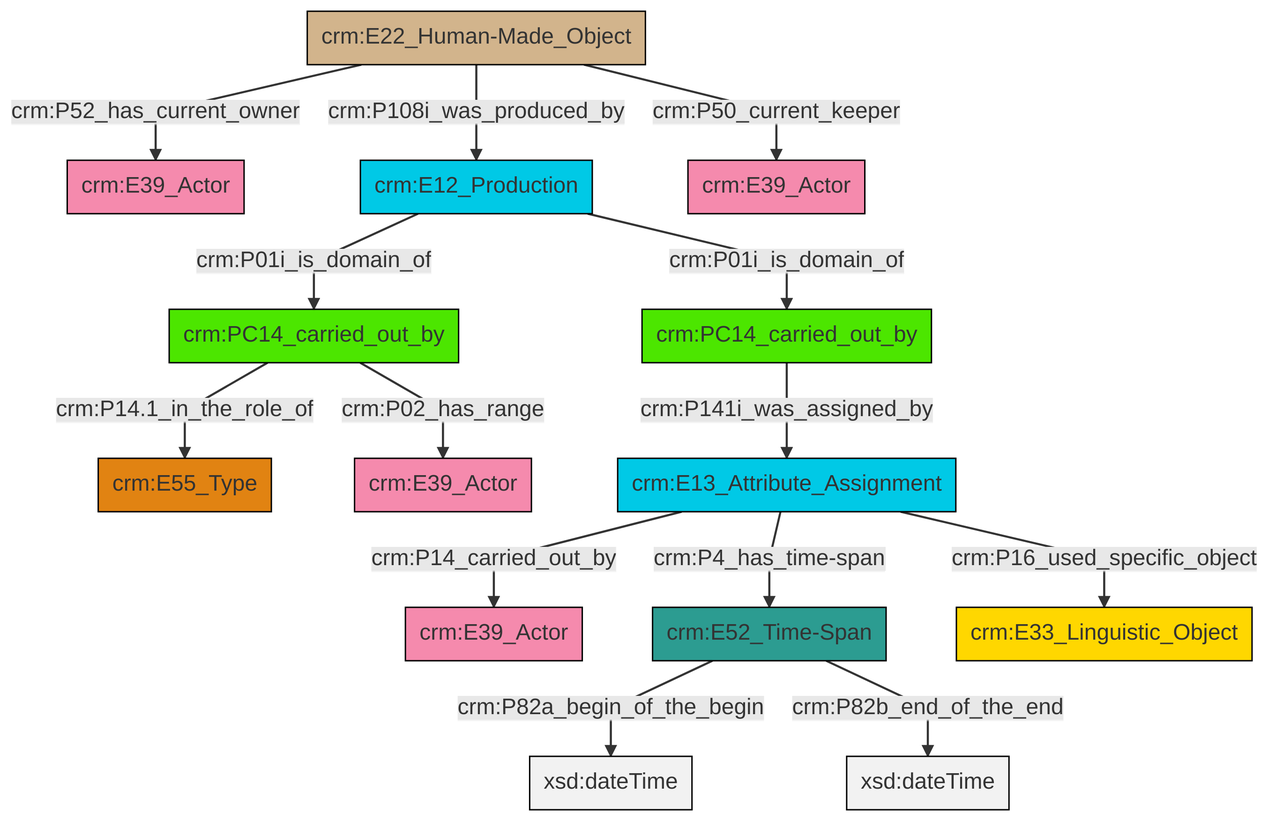
This is et/carrierCSV/ttl/mmd/png/carrier_relations.png from swiss-art-research-net/docs.swissartresearch, a Mermaid export, as it was before one commit. Its source is kept beside it as et/carrierCSV/ttl/mmd/carrier_relations.ttl.mmd.
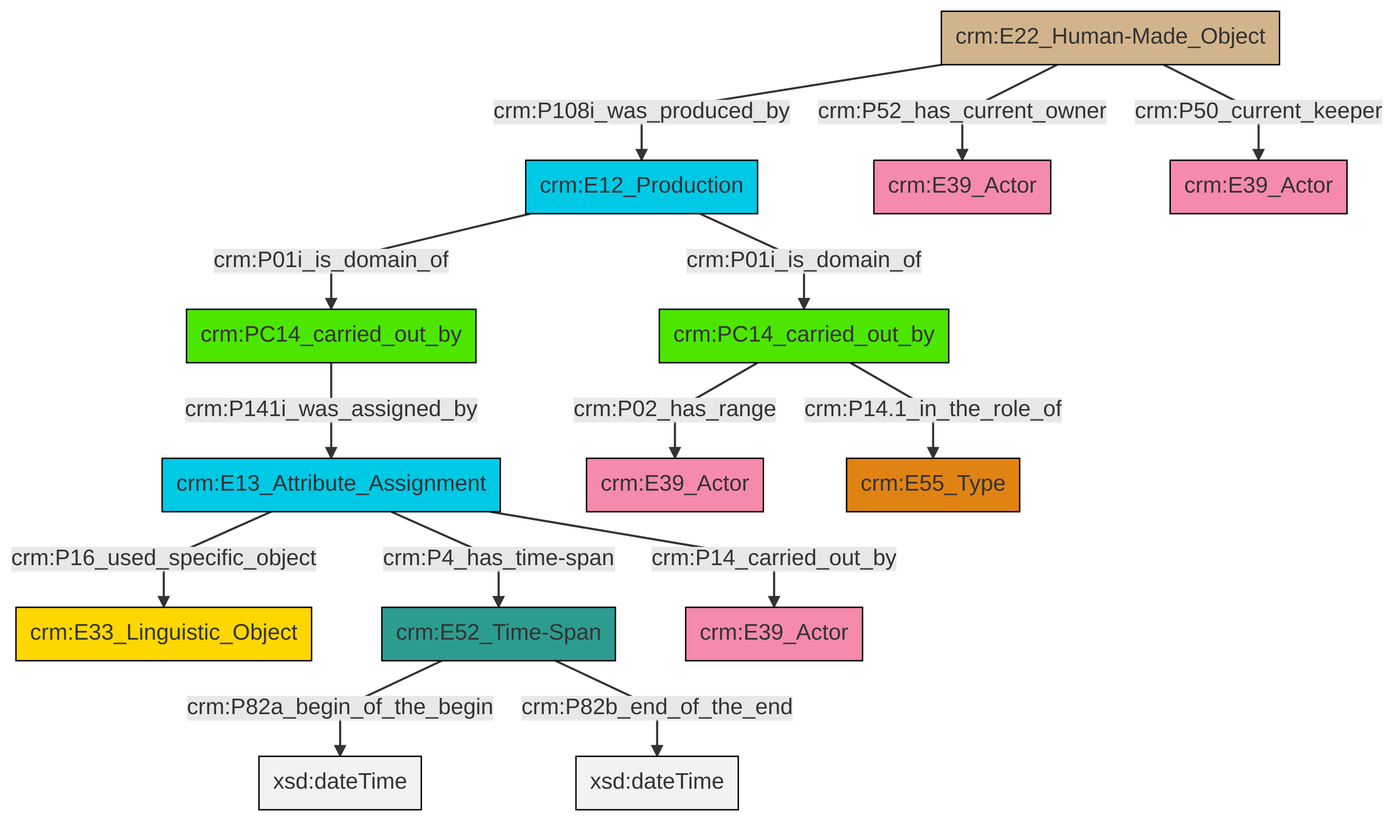
Above is the later version.

Diff of the diagram source:
```diff
@@ -13,16 +13,16 @@
 classDef PC_Classes fill:#4ce600, stroke:#000000;
 classDef Multi fill:#cccccc,stroke:#000000;
 
-4["crm:PC14_carried_out_by"]:::PC_Classes -->|crm:P14.1_in_the_role_of| 5["crm:E55_Type"]:::Type
-6["crm:E52_Time-Span"]:::Time-Span -->|crm:P82a_begin_of_the_begin| 7[xsd:dateTime]:::Literal
-8["crm:E13_Attribute_Assignment"]:::Temporal_Entity -->|crm:P14_carried_out_by| 0["crm:E39_Actor"]:::Actor
-8["crm:E13_Attribute_Assignment"]:::Temporal_Entity -->|crm:P4_has_time-span| 6["crm:E52_Time-Span"]:::Time-Span
-4["crm:PC14_carried_out_by"]:::PC_Classes -->|crm:P02_has_range| 13["crm:E39_Actor"]:::Actor
-11["crm:E22_Human-Made_Object"]:::Physical_Thing -->|crm:P52_has_current_owner| 9["crm:E39_Actor"]:::Actor
-11["crm:E22_Human-Made_Object"]:::Physical_Thing -->|crm:P108i_was_produced_by| 15["crm:E12_Production"]:::Temporal_Entity
-6["crm:E52_Time-Span"]:::Time-Span -->|crm:P82b_end_of_the_end| 16[xsd:dateTime]:::Literal
-15["crm:E12_Production"]:::Temporal_Entity -->|crm:P01i_is_domain_of| 4["crm:PC14_carried_out_by"]:::PC_Classes
-15["crm:E12_Production"]:::Temporal_Entity -->|crm:P01i_is_domain_of| 2["crm:PC14_carried_out_by"]:::PC_Classes
-8["crm:E13_Attribute_Assignment"]:::Temporal_Entity -->|crm:P16_used_specific_object| 20["crm:E33_Linguistic_Object"]:::Conceptual_Object
-2["crm:PC14_carried_out_by"]:::PC_Classes -->|crm:P141i_was_assigned_by| 8["crm:E13_Attribute_Assignment"]:::Temporal_Entity
-11["crm:E22_Human-Made_Object"]:::Physical_Thing -->|crm:P50_current_keeper| 17["crm:E39_Actor"]:::Actor
+0["crm:E13_Attribute_Assignment"]:::Temporal_Entity -->|crm:P16_used_specific_object| 2["crm:E33_Linguistic_Object"]:::Conceptual_Object
+5["crm:E22_Human-Made_Object"]:::Physical_Thing -->|crm:P52_has_current_owner| 6["crm:E39_Actor"]:::Actor
+5["crm:E22_Human-Made_Object"]:::Physical_Thing -->|crm:P50_current_keeper| 7["crm:E39_Actor"]:::Actor
+5["crm:E22_Human-Made_Object"]:::Physical_Thing -->|crm:P108i_was_produced_by| 3["crm:E12_Production"]:::Temporal_Entity
+0["crm:E13_Attribute_Assignment"]:::Temporal_Entity -->|crm:P14_carried_out_by| 13["crm:E39_Actor"]:::Actor
+10["crm:PC14_carried_out_by"]:::PC_Classes -->|crm:P141i_was_assigned_by| 0["crm:E13_Attribute_Assignment"]:::Temporal_Entity
+8["crm:E52_Time-Span"]:::Time-Span -->|crm:P82a_begin_of_the_begin| 15[xsd:dateTime]:::Literal
+8["crm:E52_Time-Span"]:::Time-Span -->|crm:P82b_end_of_the_end| 23[xsd:dateTime]:::Literal
+3["crm:E12_Production"]:::Temporal_Entity -->|crm:P01i_is_domain_of| 10["crm:PC14_carried_out_by"]:::PC_Classes
+19["crm:PC14_carried_out_by"]:::PC_Classes -->|crm:P14.1_in_the_role_of| 21["crm:E55_Type"]:::Type
+3["crm:E12_Production"]:::Temporal_Entity -->|crm:P01i_is_domain_of| 19["crm:PC14_carried_out_by"]:::PC_Classes
+0["crm:E13_Attribute_Assignment"]:::Temporal_Entity -->|crm:P4_has_time-span| 8["crm:E52_Time-Span"]:::Time-Span
+19["crm:PC14_carried_out_by"]:::PC_Classes -->|crm:P02_has_range| 16["crm:E39_Actor"]:::Actor
```
